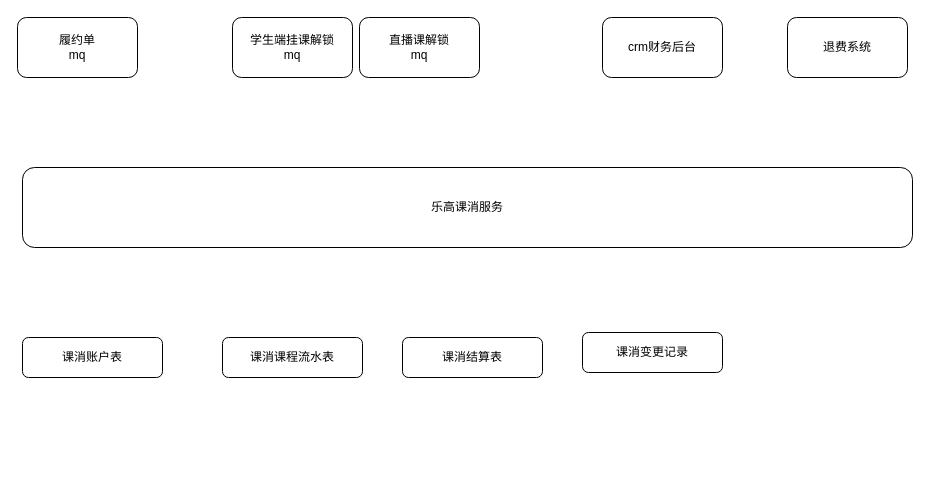
Earlier version of the draw.io diagram 课消.drawio (xiell2016/hetaoDesign). Source tidied: cells renumbered, new cells numbered last; positions are measured from the earlier drawing's top-left corner, leaving out a move shared by most shapes. Both pictures are drawn from the tidied source at 100%, with x=0, y=0 at pixel (17, 17).
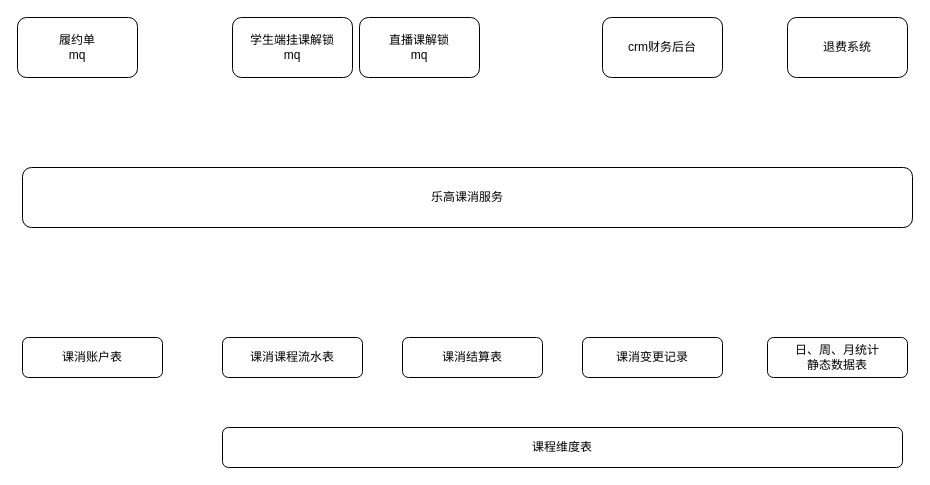
The same diagram, later.

What changed in the source:
```diff
@@
 <mxGraphModel>
   <root>
     <mxCell id="0" />
     <mxCell id="1" parent="0" />
     <mxCell id="2" value="履约单&lt;div&gt;mq&lt;/div&gt;" style="rounded=1;whiteSpace=wrap;html=1;" parent="1" vertex="1">
       <mxGeometry width="120" height="60" as="geometry" />
     </mxCell>
     <mxCell id="3" value="乐高课消服务" style="rounded=1;whiteSpace=wrap;html=1;" parent="1" vertex="1">
-      <mxGeometry x="5" y="150" width="890" height="80" as="geometry" />
+      <mxGeometry x="5" y="150" width="890" height="60" as="geometry" />
     </mxCell>
     <mxCell id="4" value="学生端挂课解锁&lt;br&gt;mq" style="rounded=1;whiteSpace=wrap;html=1;" parent="1" vertex="1">
       <mxGeometry x="215" width="120" height="60" as="geometry" />
     </mxCell>
     <mxCell id="5" value="直播课解锁&lt;br&gt;mq" style="rounded=1;whiteSpace=wrap;html=1;" parent="1" vertex="1">
       <mxGeometry x="342" width="120" height="60" as="geometry" />
     </mxCell>
     <mxCell id="6" value="crm财务后台" style="rounded=1;whiteSpace=wrap;html=1;" parent="1" vertex="1">
       <mxGeometry x="585" width="120" height="60" as="geometry" />
     </mxCell>
     <mxCell id="7" value="退费系统" style="rounded=1;whiteSpace=wrap;html=1;" parent="1" vertex="1">
       <mxGeometry x="770" width="120" height="60" as="geometry" />
     </mxCell>
     <mxCell id="8" value="课消账户表" style="rounded=1;whiteSpace=wrap;html=1;" parent="1" vertex="1">
       <mxGeometry x="5" y="320" width="140" height="40" as="geometry" />
     </mxCell>
     <mxCell id="9" value="课消课程流水表" style="rounded=1;whiteSpace=wrap;html=1;" parent="1" vertex="1">
       <mxGeometry x="205" y="320" width="140" height="40" as="geometry" />
     </mxCell>
     <mxCell id="10" value="课消结算表" style="rounded=1;whiteSpace=wrap;html=1;" parent="1" vertex="1">
       <mxGeometry x="385" y="320" width="140" height="40" as="geometry" />
     </mxCell>
     <mxCell id="11" value="课消变更记录" style="rounded=1;whiteSpace=wrap;html=1;" parent="1" vertex="1">
-      <mxGeometry x="565" y="315" width="140" height="40" as="geometry" />
+      <mxGeometry x="565" y="320" width="140" height="40" as="geometry" />
     </mxCell>
+    <mxCell id="12" value="日、周、月统计&lt;div&gt;静态数据表&lt;/div&gt;" style="rounded=1;whiteSpace=wrap;html=1;" parent="1" vertex="1">
+      <mxGeometry x="750" y="320" width="140" height="40" as="geometry" />
+    </mxCell>
+    <mxCell id="13" value="课程维度表" style="rounded=1;whiteSpace=wrap;html=1;" parent="1" vertex="1">
+      <mxGeometry x="205" y="410" width="680" height="40" as="geometry" />
+    </mxCell>
   </root>
 </mxGraphModel>
```
